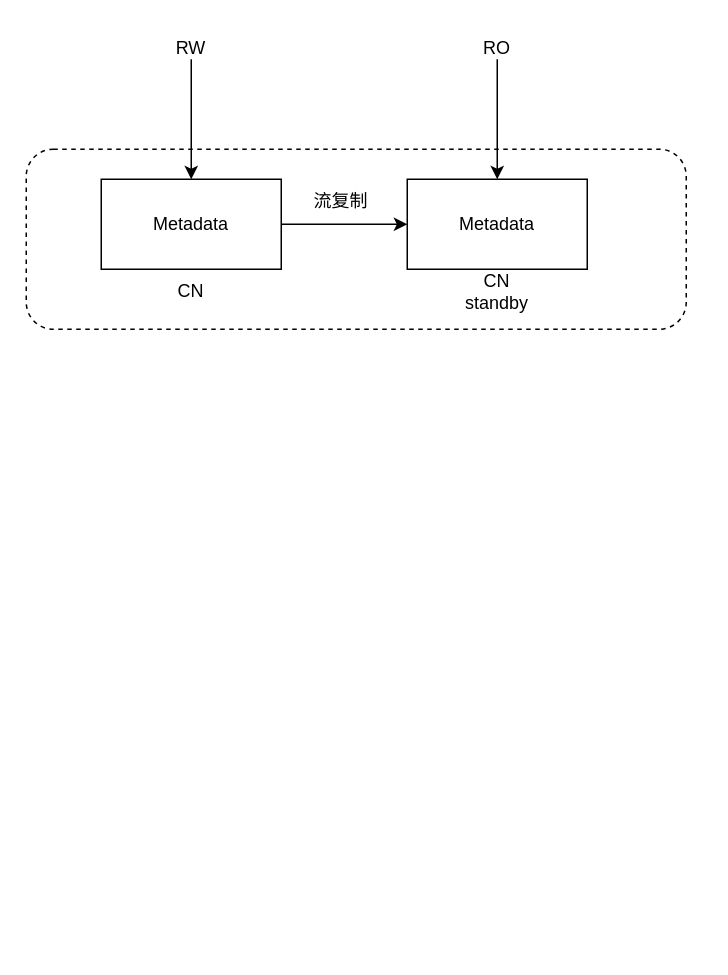
Earlier version of the draw.io diagram citus.drawio (JasonZhou89/figurebed). Source tidied: cells renumbered, new cells numbered last; positions are measured from the earlier drawing's top-left corner, leaving out a move shared by most shapes. Both pictures are drawn from the tidied source at 150%, with x=0, y=0 at pixel (26, 26).
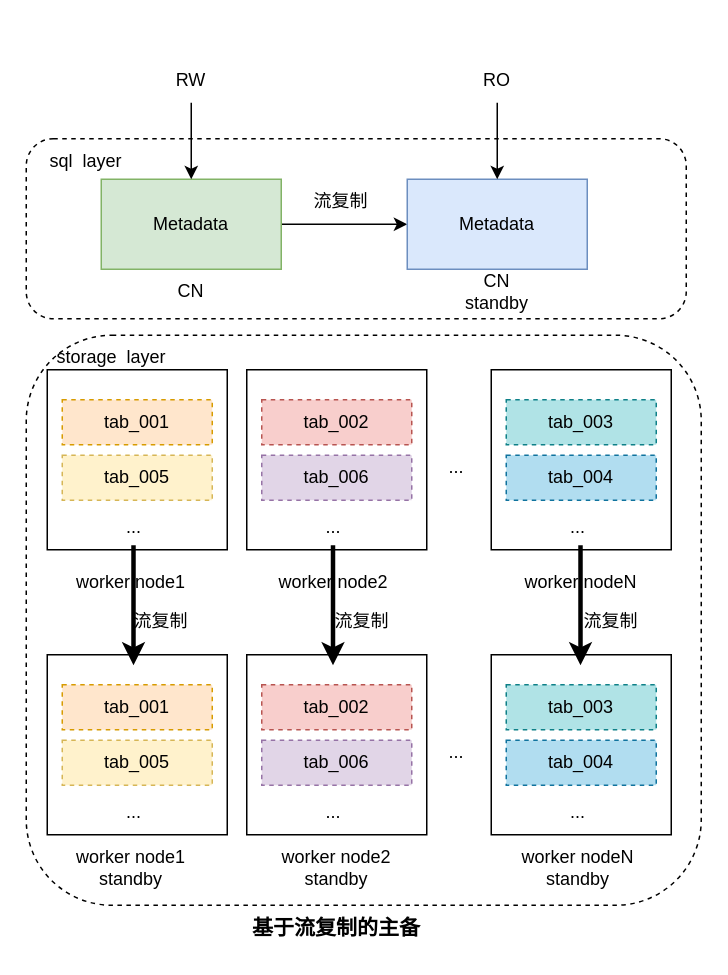
The same diagram, later.

Change to the diagram source:
```diff
@@
     <mxCell id="2" style="rounded=1;whiteSpace=wrap;html=1;dashed=1;" parent="1" vertex="1">
-      <mxGeometry y="82" width="440" height="120" as="geometry" />
+      <mxGeometry y="75" width="440" height="120" as="geometry" />
     </mxCell>
@@
-    <mxCell id="4" value="Metadata" style="rounded=0;whiteSpace=wrap;html=1;" parent="1" vertex="1">
+    <mxCell id="4" value="Metadata" style="rounded=0;whiteSpace=wrap;html=1;fillColor=#d5e8d4;strokeColor=#82b366;" parent="1" vertex="1">
       <mxGeometry x="50" y="102" width="120" height="60" as="geometry" />
     </mxCell>
-    <mxCell id="5" value="Metadata" style="rounded=0;whiteSpace=wrap;html=1;" parent="1" vertex="1">
+    <mxCell id="5" value="Metadata" style="rounded=0;whiteSpace=wrap;html=1;fillColor=#dae8fc;strokeColor=#6c8ebf;" parent="1" vertex="1">
       <mxGeometry x="254" y="102" width="120" height="60" as="geometry" />
     </mxCell>
@@
-    <mxCell id="9" style="endArrow=classic;html=1;rounded=0;entryX=0.5;entryY=0;entryDx=0;entryDy=0;" parent="1" edge="1" target="4">
-      <mxGeometry relative="1" as="geometry">
-        <mxPoint x="110" y="22" as="sourcePoint" />
-      </mxGeometry>
+    <mxCell id="9" style="endArrow=classic;html=1;rounded=0;entryX=0.5;entryY=0;entryDx=0;entryDy=0;exitX=0.5;exitY=1;exitDx=0;exitDy=0;" parent="1" edge="1" source="10" target="4">
+      <mxGeometry relative="1" as="geometry" />
     </mxCell>
     <mxCell id="10" value="RW" style="text;html=1;strokeColor=none;fillColor=none;align=center;verticalAlign=middle;whiteSpace=wrap;rounded=0;dashed=1;" parent="1" vertex="1">
-      <mxGeometry x="80" width="60" height="30" as="geometry" />
+      <mxGeometry x="80" y="21" width="60" height="30" as="geometry" />
     </mxCell>
-    <mxCell id="11" style="endArrow=classic;html=1;rounded=0;entryX=0.5;entryY=0;entryDx=0;entryDy=0;" parent="1" edge="1" target="5">
-      <mxGeometry relative="1" as="geometry">
-        <mxPoint x="314" y="22" as="sourcePoint" />
-      </mxGeometry>
+    <mxCell id="11" style="endArrow=classic;html=1;rounded=0;entryX=0.5;entryY=0;entryDx=0;entryDy=0;exitX=0.5;exitY=1;exitDx=0;exitDy=0;" parent="1" edge="1" source="12" target="5">
+      <mxGeometry relative="1" as="geometry" />
     </mxCell>
     <mxCell id="12" value="RO" style="text;html=1;strokeColor=none;fillColor=none;align=center;verticalAlign=middle;whiteSpace=wrap;rounded=0;dashed=1;" parent="1" vertex="1">
-      <mxGeometry x="284" width="60" height="30" as="geometry" />
+      <mxGeometry x="284" y="21" width="60" height="30" as="geometry" />
     </mxCell>
+    <mxCell id="13" style="rounded=1;whiteSpace=wrap;html=1;dashed=1;" parent="1" vertex="1">
+      <mxGeometry y="206" width="450" height="380" as="geometry" />
+    </mxCell>
+    <mxCell id="14" style="rounded=0;whiteSpace=wrap;html=1;" parent="1" vertex="1">
+      <mxGeometry x="14" y="229" width="120" height="120" as="geometry" />
+    </mxCell>
+    <mxCell id="15" value="tab_001" style="rounded=0;whiteSpace=wrap;html=1;dashed=1;fillColor=#ffe6cc;strokeColor=#d79b00;" parent="1" vertex="1">
+      <mxGeometry x="24" y="249" width="100" height="30" as="geometry" />
+    </mxCell>
+    <mxCell id="16" value="tab_005" style="rounded=0;whiteSpace=wrap;html=1;dashed=1;fillColor=#fff2cc;strokeColor=#d6b656;" parent="1" vertex="1">
+      <mxGeometry x="24" y="286" width="100" height="30" as="geometry" />
+    </mxCell>
+    <mxCell id="17" value="..." style="text;html=1;strokeColor=none;fillColor=none;align=center;verticalAlign=middle;whiteSpace=wrap;rounded=0;dashed=1;" parent="1" vertex="1">
+      <mxGeometry x="42" y="319" width="60" height="30" as="geometry" />
+    </mxCell>
+    <mxCell id="18" style="rounded=0;whiteSpace=wrap;html=1;" parent="1" vertex="1">
+      <mxGeometry x="147" y="229" width="120" height="120" as="geometry" />
+    </mxCell>
+    <mxCell id="19" value="tab_002" style="rounded=0;whiteSpace=wrap;html=1;dashed=1;fillColor=#f8cecc;strokeColor=#b85450;" parent="1" vertex="1">
+      <mxGeometry x="157" y="249" width="100" height="30" as="geometry" />
+    </mxCell>
+    <mxCell id="20" value="tab_006" style="rounded=0;whiteSpace=wrap;html=1;dashed=1;fillColor=#e1d5e7;strokeColor=#9673a6;" parent="1" vertex="1">
+      <mxGeometry x="157" y="286" width="100" height="30" as="geometry" />
+    </mxCell>
+    <mxCell id="21" value="..." style="text;html=1;strokeColor=none;fillColor=none;align=center;verticalAlign=middle;whiteSpace=wrap;rounded=0;dashed=1;" parent="1" vertex="1">
+      <mxGeometry x="175" y="319" width="60" height="30" as="geometry" />
+    </mxCell>
+    <mxCell id="22" style="rounded=0;whiteSpace=wrap;html=1;" parent="1" vertex="1">
+      <mxGeometry x="310" y="229" width="120" height="120" as="geometry" />
+    </mxCell>
+    <mxCell id="23" value="tab_003" style="rounded=0;whiteSpace=wrap;html=1;dashed=1;fillColor=#b0e3e6;strokeColor=#0e8088;" parent="1" vertex="1">
+      <mxGeometry x="320" y="249" width="100" height="30" as="geometry" />
+    </mxCell>
+    <mxCell id="24" value="tab_004" style="rounded=0;whiteSpace=wrap;html=1;dashed=1;fillColor=#b1ddf0;strokeColor=#10739e;" parent="1" vertex="1">
+      <mxGeometry x="320" y="286" width="100" height="30" as="geometry" />
+    </mxCell>
+    <mxCell id="25" value="..." style="text;html=1;strokeColor=none;fillColor=none;align=center;verticalAlign=middle;whiteSpace=wrap;rounded=0;dashed=1;" parent="1" vertex="1">
+      <mxGeometry x="338" y="319" width="60" height="30" as="geometry" />
+    </mxCell>
+    <mxCell id="26" value="..." style="text;html=1;strokeColor=none;fillColor=none;align=center;verticalAlign=middle;whiteSpace=wrap;rounded=0;dashed=1;" parent="1" vertex="1">
+      <mxGeometry x="257" y="279" width="60" height="30" as="geometry" />
+    </mxCell>
+    <mxCell id="27" value="worker node1" style="text;html=1;strokeColor=none;fillColor=none;align=center;verticalAlign=middle;whiteSpace=wrap;rounded=0;dashed=1;" parent="1" vertex="1">
+      <mxGeometry x="20" y="356" width="100" height="30" as="geometry" />
+    </mxCell>
+    <mxCell id="28" value="worker node2" style="text;html=1;strokeColor=none;fillColor=none;align=center;verticalAlign=middle;whiteSpace=wrap;rounded=0;dashed=1;" parent="1" vertex="1">
+      <mxGeometry x="160" y="356" width="90" height="30" as="geometry" />
+    </mxCell>
+    <mxCell id="29" value="worker nodeN" style="text;html=1;strokeColor=none;fillColor=none;align=center;verticalAlign=middle;whiteSpace=wrap;rounded=0;dashed=1;" parent="1" vertex="1">
+      <mxGeometry x="320" y="356" width="100" height="30" as="geometry" />
+    </mxCell>
+    <mxCell id="30" style="rounded=0;whiteSpace=wrap;html=1;" parent="1" vertex="1">
+      <mxGeometry x="14" y="419" width="120" height="120" as="geometry" />
+    </mxCell>
+    <mxCell id="31" value="tab_001" style="rounded=0;whiteSpace=wrap;html=1;dashed=1;fillColor=#ffe6cc;strokeColor=#d79b00;" parent="1" vertex="1">
+      <mxGeometry x="24" y="439" width="100" height="30" as="geometry" />
+    </mxCell>
+    <mxCell id="32" value="tab_005" style="rounded=0;whiteSpace=wrap;html=1;dashed=1;fillColor=#fff2cc;strokeColor=#d6b656;" parent="1" vertex="1">
+      <mxGeometry x="24" y="476" width="100" height="30" as="geometry" />
+    </mxCell>
+    <mxCell id="33" value="..." style="text;html=1;strokeColor=none;fillColor=none;align=center;verticalAlign=middle;whiteSpace=wrap;rounded=0;dashed=1;" parent="1" vertex="1">
+      <mxGeometry x="42" y="509" width="60" height="30" as="geometry" />
+    </mxCell>
+    <mxCell id="34" style="rounded=0;whiteSpace=wrap;html=1;" parent="1" vertex="1">
+      <mxGeometry x="147" y="419" width="120" height="120" as="geometry" />
+    </mxCell>
+    <mxCell id="35" value="tab_002" style="rounded=0;whiteSpace=wrap;html=1;dashed=1;fillColor=#f8cecc;strokeColor=#b85450;" parent="1" vertex="1">
+      <mxGeometry x="157" y="439" width="100" height="30" as="geometry" />
+    </mxCell>
+    <mxCell id="36" value="tab_006" style="rounded=0;whiteSpace=wrap;html=1;dashed=1;fillColor=#e1d5e7;strokeColor=#9673a6;" parent="1" vertex="1">
+      <mxGeometry x="157" y="476" width="100" height="30" as="geometry" />
+    </mxCell>
+    <mxCell id="37" value="..." style="text;html=1;strokeColor=none;fillColor=none;align=center;verticalAlign=middle;whiteSpace=wrap;rounded=0;dashed=1;" parent="1" vertex="1">
+      <mxGeometry x="175" y="509" width="60" height="30" as="geometry" />
+    </mxCell>
+    <mxCell id="38" style="rounded=0;whiteSpace=wrap;html=1;" parent="1" vertex="1">
+      <mxGeometry x="310" y="419" width="120" height="120" as="geometry" />
+    </mxCell>
+    <mxCell id="39" value="tab_003" style="rounded=0;whiteSpace=wrap;html=1;dashed=1;fillColor=#b0e3e6;strokeColor=#0e8088;" parent="1" vertex="1">
+      <mxGeometry x="320" y="439" width="100" height="30" as="geometry" />
+    </mxCell>
+    <mxCell id="40" value="tab_004" style="rounded=0;whiteSpace=wrap;html=1;dashed=1;fillColor=#b1ddf0;strokeColor=#10739e;" parent="1" vertex="1">
+      <mxGeometry x="320" y="476" width="100" height="30" as="geometry" />
+    </mxCell>
+    <mxCell id="41" value="..." style="text;html=1;strokeColor=none;fillColor=none;align=center;verticalAlign=middle;whiteSpace=wrap;rounded=0;dashed=1;" parent="1" vertex="1">
+      <mxGeometry x="338" y="509" width="60" height="30" as="geometry" />
+    </mxCell>
+    <mxCell id="42" value="..." style="text;html=1;strokeColor=none;fillColor=none;align=center;verticalAlign=middle;whiteSpace=wrap;rounded=0;dashed=1;" parent="1" vertex="1">
+      <mxGeometry x="257" y="469" width="60" height="30" as="geometry" />
+    </mxCell>
+    <mxCell id="43" value="worker node1 standby" style="text;html=1;strokeColor=none;fillColor=none;align=center;verticalAlign=middle;whiteSpace=wrap;rounded=0;dashed=1;" parent="1" vertex="1">
+      <mxGeometry x="10" y="546" width="120" height="30" as="geometry" />
+    </mxCell>
+    <mxCell id="44" style="endArrow=classic;html=1;rounded=0;strokeWidth=3;" parent="1" edge="1">
+      <mxGeometry relative="1" as="geometry">
+        <mxPoint x="71.5" y="346" as="sourcePoint" />
+        <mxPoint x="71.5" y="426" as="targetPoint" />
+      </mxGeometry>
+    </mxCell>
+    <mxCell id="45" style="endArrow=classic;html=1;rounded=0;strokeWidth=3;" parent="1" edge="1">
+      <mxGeometry relative="1" as="geometry">
+        <mxPoint x="204.5" y="346" as="sourcePoint" />
+        <mxPoint x="204.5" y="426" as="targetPoint" />
+      </mxGeometry>
+    </mxCell>
+    <mxCell id="46" style="endArrow=classic;html=1;rounded=0;strokeWidth=3;" parent="1" edge="1">
+      <mxGeometry relative="1" as="geometry">
+        <mxPoint x="369.5" y="346" as="sourcePoint" />
+        <mxPoint x="369.5" y="426" as="targetPoint" />
+      </mxGeometry>
+    </mxCell>
+    <mxCell id="47" value="流复制" style="text;html=1;strokeColor=none;fillColor=none;align=center;verticalAlign=middle;whiteSpace=wrap;rounded=0;dashed=1;" parent="1" vertex="1">
+      <mxGeometry x="60" y="382" width="60" height="30" as="geometry" />
+    </mxCell>
+    <mxCell id="48" value="流复制" style="text;html=1;strokeColor=none;fillColor=none;align=center;verticalAlign=middle;whiteSpace=wrap;rounded=0;dashed=1;" parent="1" vertex="1">
+      <mxGeometry x="194" y="382" width="60" height="30" as="geometry" />
+    </mxCell>
+    <mxCell id="49" value="流复制" style="text;html=1;strokeColor=none;fillColor=none;align=center;verticalAlign=middle;whiteSpace=wrap;rounded=0;dashed=1;" parent="1" vertex="1">
+      <mxGeometry x="360" y="382" width="60" height="30" as="geometry" />
+    </mxCell>
+    <mxCell id="50" value="sql&amp;nbsp; layer" style="text;html=1;strokeColor=none;fillColor=none;align=center;verticalAlign=middle;whiteSpace=wrap;rounded=0;dashed=1;" parent="1" vertex="1">
+      <mxGeometry x="10" y="75" width="60" height="30" as="geometry" />
+    </mxCell>
+    <mxCell id="51" value="storage&amp;nbsp; layer" style="text;html=1;strokeColor=none;fillColor=none;align=center;verticalAlign=middle;whiteSpace=wrap;rounded=0;dashed=1;" parent="1" vertex="1">
+      <mxGeometry x="14" y="206" width="86" height="30" as="geometry" />
+    </mxCell>
+    <mxCell id="52" value="worker node2 standby" style="text;html=1;strokeColor=none;fillColor=none;align=center;verticalAlign=middle;whiteSpace=wrap;rounded=0;dashed=1;" parent="1" vertex="1">
+      <mxGeometry x="147" y="546" width="120" height="30" as="geometry" />
+    </mxCell>
+    <mxCell id="53" value="worker nodeN standby" style="text;html=1;strokeColor=none;fillColor=none;align=center;verticalAlign=middle;whiteSpace=wrap;rounded=0;dashed=1;" parent="1" vertex="1">
+      <mxGeometry x="308" y="546" width="120" height="30" as="geometry" />
+    </mxCell>
+    <mxCell id="54" value="&lt;font style=&quot;font-size: 14px&quot;&gt;&lt;b&gt;基于流复制的主备&lt;/b&gt;&lt;/font&gt;" style="text;html=1;strokeColor=none;fillColor=none;align=center;verticalAlign=middle;whiteSpace=wrap;rounded=0;dashed=1;strokeWidth=5;" parent="1" vertex="1">
+      <mxGeometry x="127" y="586" width="160" height="30" as="geometry" />
+    </mxCell>
```
